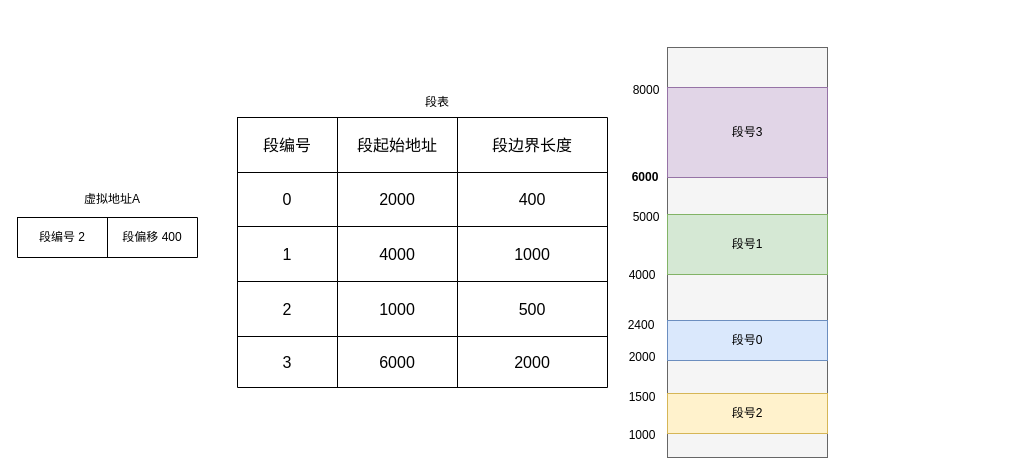
Earlier version of the draw.io diagram 内存分段.drawio (Netech-DevNote/itquestions_pictures). Source tidied: cells renumbered, new cells numbered last; positions are measured from the earlier drawing's top-left corner, leaving out a move shared by most shapes. Both pictures are drawn from the tidied source at 100%, with x=0, y=0 at pixel (17, 47).
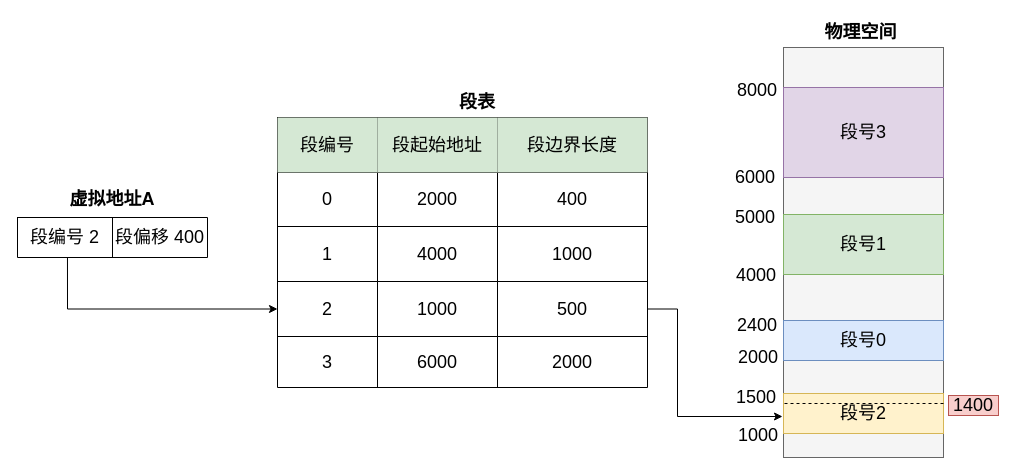
The same page after the edit.

Commit message (it also covers changes not shown here):
更新内存分段.drawio

Diff of the diagram source:
```diff
@@
-    <mxCell id="2" style="shape=table;startSize=0;childLayout=tableLayout;fontSize=16;" parent="1" vertex="1">
-      <mxGeometry x="220" y="70" width="370" height="270" as="geometry" />
+    <mxCell id="2" style="shape=table;startSize=0;childLayout=tableLayout;fontSize=18;" parent="1" vertex="1">
+      <mxGeometry x="260" y="70" width="370" height="270" as="geometry" />
     </mxCell>
-    <mxCell id="3" style="shape=tableRow;horizontal=0;startSize=0;swimlaneHead=0;swimlaneBody=0;strokeColor=inherit;top=0;left=0;bottom=0;right=0;fillColor=none;fontSize=16;" parent="2" vertex="1">
+    <mxCell id="3" style="shape=tableRow;horizontal=0;startSize=0;swimlaneHead=0;swimlaneBody=0;strokeColor=inherit;top=0;left=0;bottom=0;right=0;fillColor=none;fontSize=18;" parent="2" vertex="1">
       <mxGeometry width="370" height="55" as="geometry" />
     </mxCell>
-    <mxCell id="4" value="段编号" style="shape=partialRectangle;html=1;whiteSpace=wrap;strokeColor=inherit;overflow=hidden;fillColor=none;top=0;left=0;bottom=0;right=0;fontSize=16;" parent="3" vertex="1">
+    <mxCell id="4" value="段编号" style="shape=partialRectangle;html=1;whiteSpace=wrap;strokeColor=#82b366;overflow=hidden;fillColor=#d5e8d4;top=0;left=0;bottom=0;right=0;fontSize=18;" parent="3" vertex="1">
       <mxGeometry width="100" height="55" as="geometry" />
     </mxCell>
-    <mxCell id="5" value="段起始地址" style="shape=partialRectangle;html=1;whiteSpace=wrap;strokeColor=inherit;overflow=hidden;fillColor=none;top=0;left=0;bottom=0;right=0;fontSize=16;" parent="3" vertex="1">
+    <mxCell id="5" value="段起始地址" style="shape=partialRectangle;html=1;whiteSpace=wrap;strokeColor=#82b366;overflow=hidden;fillColor=#d5e8d4;top=0;left=0;bottom=0;right=0;fontSize=18;" parent="3" vertex="1">
       <mxGeometry x="100" width="120" height="55" as="geometry" />
     </mxCell>
-    <mxCell id="6" value="段边界长度" style="shape=partialRectangle;html=1;whiteSpace=wrap;strokeColor=inherit;overflow=hidden;fillColor=none;top=0;left=0;bottom=0;right=0;fontSize=16;" parent="3" vertex="1">
+    <mxCell id="6" value="段边界长度" style="shape=partialRectangle;html=1;whiteSpace=wrap;strokeColor=#82b366;overflow=hidden;fillColor=#d5e8d4;top=0;left=0;bottom=0;right=0;fontSize=18;" parent="3" vertex="1">
       <mxGeometry x="220" width="150" height="55" as="geometry" />
     </mxCell>
-    <mxCell id="7" style="shape=tableRow;horizontal=0;startSize=0;swimlaneHead=0;swimlaneBody=0;strokeColor=inherit;top=0;left=0;bottom=0;right=0;fillColor=none;fontSize=16;" parent="2" vertex="1">
+    <mxCell id="7" style="shape=tableRow;horizontal=0;startSize=0;swimlaneHead=0;swimlaneBody=0;strokeColor=inherit;top=0;left=0;bottom=0;right=0;fillColor=none;fontSize=18;" parent="2" vertex="1">
       <mxGeometry y="55" width="370" height="54" as="geometry" />
     </mxCell>
-    <mxCell id="8" value="0" style="shape=partialRectangle;html=1;whiteSpace=wrap;strokeColor=inherit;overflow=hidden;fillColor=none;top=0;left=0;bottom=0;right=0;fontSize=16;" parent="7" vertex="1">
+    <mxCell id="8" value="0" style="shape=partialRectangle;html=1;whiteSpace=wrap;strokeColor=inherit;overflow=hidden;fillColor=none;top=0;left=0;bottom=0;right=0;fontSize=18;" parent="7" vertex="1">
       <mxGeometry width="100" height="54" as="geometry" />
     </mxCell>
-    <mxCell id="9" value="2000" style="shape=partialRectangle;html=1;whiteSpace=wrap;strokeColor=inherit;overflow=hidden;fillColor=none;top=0;left=0;bottom=0;right=0;fontSize=16;" parent="7" vertex="1">
+    <mxCell id="9" value="2000" style="shape=partialRectangle;html=1;whiteSpace=wrap;strokeColor=inherit;overflow=hidden;fillColor=none;top=0;left=0;bottom=0;right=0;fontSize=18;" parent="7" vertex="1">
       <mxGeometry x="100" width="120" height="54" as="geometry" />
     </mxCell>
-    <mxCell id="10" value="400" style="shape=partialRectangle;html=1;whiteSpace=wrap;strokeColor=inherit;overflow=hidden;fillColor=none;top=0;left=0;bottom=0;right=0;fontSize=16;" parent="7" vertex="1">
+    <mxCell id="10" value="400" style="shape=partialRectangle;html=1;whiteSpace=wrap;strokeColor=inherit;overflow=hidden;fillColor=none;top=0;left=0;bottom=0;right=0;fontSize=18;" parent="7" vertex="1">
       <mxGeometry x="220" width="150" height="54" as="geometry" />
     </mxCell>
-    <mxCell id="11" style="shape=tableRow;horizontal=0;startSize=0;swimlaneHead=0;swimlaneBody=0;strokeColor=inherit;top=0;left=0;bottom=0;right=0;fillColor=none;fontSize=16;" parent="2" vertex="1">
+    <mxCell id="11" style="shape=tableRow;horizontal=0;startSize=0;swimlaneHead=0;swimlaneBody=0;strokeColor=inherit;top=0;left=0;bottom=0;right=0;fillColor=none;fontSize=18;" parent="2" vertex="1">
       <mxGeometry y="109" width="370" height="55" as="geometry" />
     </mxCell>
-    <mxCell id="12" value="1" style="shape=partialRectangle;html=1;whiteSpace=wrap;strokeColor=inherit;overflow=hidden;fillColor=none;top=0;left=0;bottom=0;right=0;fontSize=16;" parent="11" vertex="1">
+    <mxCell id="12" value="1" style="shape=partialRectangle;html=1;whiteSpace=wrap;strokeColor=inherit;overflow=hidden;fillColor=none;top=0;left=0;bottom=0;right=0;fontSize=18;" parent="11" vertex="1">
       <mxGeometry width="100" height="55" as="geometry" />
     </mxCell>
-    <mxCell id="13" value="4000" style="shape=partialRectangle;html=1;whiteSpace=wrap;strokeColor=inherit;overflow=hidden;fillColor=none;top=0;left=0;bottom=0;right=0;fontSize=16;" parent="11" vertex="1">
+    <mxCell id="13" value="4000" style="shape=partialRectangle;html=1;whiteSpace=wrap;strokeColor=inherit;overflow=hidden;fillColor=none;top=0;left=0;bottom=0;right=0;fontSize=18;" parent="11" vertex="1">
       <mxGeometry x="100" width="120" height="55" as="geometry" />
     </mxCell>
-    <mxCell id="14" value="1000" style="shape=partialRectangle;html=1;whiteSpace=wrap;strokeColor=inherit;overflow=hidden;fillColor=none;top=0;left=0;bottom=0;right=0;fontSize=16;" parent="11" vertex="1">
+    <mxCell id="14" value="1000" style="shape=partialRectangle;html=1;whiteSpace=wrap;strokeColor=inherit;overflow=hidden;fillColor=none;top=0;left=0;bottom=0;right=0;fontSize=18;" parent="11" vertex="1">
       <mxGeometry x="220" width="150" height="55" as="geometry" />
     </mxCell>
-    <mxCell id="15" style="shape=tableRow;horizontal=0;startSize=0;swimlaneHead=0;swimlaneBody=0;strokeColor=inherit;top=0;left=0;bottom=0;right=0;fillColor=none;points=[[0,0.5],[1,0.5]];portConstraint=eastwest;fontSize=16;" parent="2" vertex="1">
+    <mxCell id="15" style="shape=tableRow;horizontal=0;startSize=0;swimlaneHead=0;swimlaneBody=0;strokeColor=inherit;top=0;left=0;bottom=0;right=0;fillColor=none;points=[[0,0.5],[1,0.5]];portConstraint=eastwest;fontSize=18;" parent="2" vertex="1">
       <mxGeometry y="164" width="370" height="55" as="geometry" />
     </mxCell>
-    <mxCell id="16" value="2" style="shape=partialRectangle;html=1;whiteSpace=wrap;strokeColor=inherit;overflow=hidden;fillColor=none;top=0;left=0;bottom=0;right=0;fontSize=16;" parent="15" vertex="1">
+    <mxCell id="16" value="2" style="shape=partialRectangle;html=1;whiteSpace=wrap;strokeColor=inherit;overflow=hidden;fillColor=none;top=0;left=0;bottom=0;right=0;fontSize=18;" parent="15" vertex="1">
       <mxGeometry width="100" height="55" as="geometry" />
     </mxCell>
-    <mxCell id="17" value="1000" style="shape=partialRectangle;html=1;whiteSpace=wrap;strokeColor=inherit;overflow=hidden;fillColor=none;top=0;left=0;bottom=0;right=0;fontSize=16;" parent="15" vertex="1">
+    <mxCell id="17" value="1000" style="shape=partialRectangle;html=1;whiteSpace=wrap;strokeColor=inherit;overflow=hidden;fillColor=none;top=0;left=0;bottom=0;right=0;fontSize=18;" parent="15" vertex="1">
       <mxGeometry x="100" width="120" height="55" as="geometry" />
     </mxCell>
-    <mxCell id="18" value="500" style="shape=partialRectangle;html=1;whiteSpace=wrap;strokeColor=inherit;overflow=hidden;fillColor=none;top=0;left=0;bottom=0;right=0;fontSize=16;" parent="15" vertex="1">
+    <mxCell id="18" value="500" style="shape=partialRectangle;html=1;whiteSpace=wrap;strokeColor=inherit;overflow=hidden;fillColor=none;top=0;left=0;bottom=0;right=0;fontSize=18;" parent="15" vertex="1">
       <mxGeometry x="220" width="150" height="55" as="geometry" />
     </mxCell>
-    <mxCell id="19" style="shape=tableRow;horizontal=0;startSize=0;swimlaneHead=0;swimlaneBody=0;strokeColor=inherit;top=0;left=0;bottom=0;right=0;fillColor=none;fontSize=16;" parent="2" vertex="1">
+    <mxCell id="19" style="shape=tableRow;horizontal=0;startSize=0;swimlaneHead=0;swimlaneBody=0;strokeColor=inherit;top=0;left=0;bottom=0;right=0;fillColor=none;fontSize=18;" parent="2" vertex="1">
       <mxGeometry y="219" width="370" height="51" as="geometry" />
     </mxCell>
-    <mxCell id="20" value="3" style="shape=partialRectangle;html=1;whiteSpace=wrap;strokeColor=inherit;overflow=hidden;fillColor=none;top=0;left=0;bottom=0;right=0;fontSize=16;" parent="19" vertex="1">
+    <mxCell id="20" value="3" style="shape=partialRectangle;html=1;whiteSpace=wrap;strokeColor=inherit;overflow=hidden;fillColor=none;top=0;left=0;bottom=0;right=0;fontSize=18;" parent="19" vertex="1">
       <mxGeometry width="100" height="51" as="geometry" />
     </mxCell>
-    <mxCell id="21" value="6000" style="shape=partialRectangle;html=1;whiteSpace=wrap;strokeColor=inherit;overflow=hidden;fillColor=none;top=0;left=0;bottom=0;right=0;fontSize=16;" parent="19" vertex="1">
+    <mxCell id="21" value="6000" style="shape=partialRectangle;html=1;whiteSpace=wrap;strokeColor=inherit;overflow=hidden;fillColor=none;top=0;left=0;bottom=0;right=0;fontSize=18;" parent="19" vertex="1">
       <mxGeometry x="100" width="120" height="51" as="geometry" />
     </mxCell>
-    <mxCell id="22" value="2000" style="shape=partialRectangle;html=1;whiteSpace=wrap;strokeColor=inherit;overflow=hidden;fillColor=none;top=0;left=0;bottom=0;right=0;fontSize=16;" parent="19" vertex="1">
+    <mxCell id="22" value="2000" style="shape=partialRectangle;html=1;whiteSpace=wrap;strokeColor=inherit;overflow=hidden;fillColor=none;top=0;left=0;bottom=0;right=0;fontSize=18;" parent="19" vertex="1">
       <mxGeometry x="220" width="150" height="51" as="geometry" />
     </mxCell>
-    <mxCell id="23" style="shape=table;startSize=0;childLayout=tableLayout;" parent="1" vertex="1">
-      <mxGeometry y="170" width="180" height="40" as="geometry" />
+    <mxCell id="23" style="shape=table;startSize=0;childLayout=tableLayout;fontSize=18;" parent="1" vertex="1">
+      <mxGeometry y="170" width="190" height="40" as="geometry" />
     </mxCell>
-    <mxCell id="24" style="shape=tableRow;horizontal=0;startSize=0;swimlaneHead=0;swimlaneBody=0;strokeColor=inherit;top=0;left=0;bottom=0;right=0;fillColor=none;points=[[0,0.5],[1,0.5]];portConstraint=eastwest;" parent="23" vertex="1">
-      <mxGeometry width="180" height="40" as="geometry" />
+    <mxCell id="24" style="shape=tableRow;horizontal=0;startSize=0;swimlaneHead=0;swimlaneBody=0;strokeColor=inherit;top=0;left=0;bottom=0;right=0;fillColor=none;points=[[0,0.5],[1,0.5]];portConstraint=eastwest;fontSize=18;" parent="23" vertex="1">
+      <mxGeometry width="190" height="40" as="geometry" />
     </mxCell>
-    <mxCell id="25" value="段编号 2" style="shape=partialRectangle;html=1;whiteSpace=wrap;strokeColor=inherit;overflow=hidden;fillColor=none;top=0;left=0;bottom=0;right=0;" parent="24" vertex="1">
-      <mxGeometry width="90" height="40" as="geometry" />
+    <mxCell id="25" value="段编号 2" style="shape=partialRectangle;html=1;whiteSpace=wrap;strokeColor=inherit;overflow=hidden;fillColor=none;top=0;left=0;bottom=0;right=0;fontSize=18;" parent="24" vertex="1">
+      <mxGeometry width="95" height="40" as="geometry" />
     </mxCell>
-    <mxCell id="26" value="段偏移 400" style="shape=partialRectangle;html=1;whiteSpace=wrap;strokeColor=inherit;overflow=hidden;fillColor=none;top=0;left=0;bottom=0;right=0;" parent="24" vertex="1">
-      <mxGeometry x="90" width="90" height="40" as="geometry" />
+    <mxCell id="26" value="段偏移 400" style="shape=partialRectangle;html=1;whiteSpace=wrap;strokeColor=inherit;overflow=hidden;fillColor=none;top=0;left=0;bottom=0;right=0;fontSize=18;" parent="24" vertex="1">
+      <mxGeometry x="95" width="95" height="40" as="geometry" />
     </mxCell>
-    <mxCell id="27" value="虚拟地址A" style="text;html=1;strokeColor=none;fillColor=none;align=center;verticalAlign=middle;whiteSpace=wrap;rounded=0;" parent="1" vertex="1">
+    <mxCell id="27" value="虚拟地址A" style="text;html=1;strokeColor=none;fillColor=none;align=center;verticalAlign=middle;whiteSpace=wrap;rounded=0;fontSize=18;fontStyle=1;" parent="1" vertex="1">
       <mxGeometry x="30" y="137" width="130" height="30" as="geometry" />
     </mxCell>
-    <mxCell id="28" value="段表" style="text;html=1;strokeColor=none;fillColor=none;align=center;verticalAlign=middle;whiteSpace=wrap;rounded=0;" parent="1" vertex="1">
-      <mxGeometry x="390" y="40" width="60" height="30" as="geometry" />
+    <mxCell id="28" value="段表" style="text;html=1;strokeColor=none;fillColor=none;align=center;verticalAlign=middle;whiteSpace=wrap;rounded=0;fontSize=18;fontStyle=1;" parent="1" vertex="1">
+      <mxGeometry x="430" y="40" width="60" height="30" as="geometry" />
     </mxCell>
-    <mxCell id="29" style="rounded=0;whiteSpace=wrap;html=1;fillColor=#f5f5f5;fontColor=#333333;strokeColor=#666666;" parent="1" vertex="1">
-      <mxGeometry x="650" width="160" height="410" as="geometry" />
+    <mxCell id="29" style="rounded=0;whiteSpace=wrap;html=1;fillColor=#f5f5f5;fontColor=#333333;strokeColor=#666666;fontSize=18;" parent="1" vertex="1">
+      <mxGeometry x="766" width="160" height="410" as="geometry" />
     </mxCell>
-    <mxCell id="30" value="段号2" style="rounded=0;whiteSpace=wrap;html=1;fillColor=#fff2cc;strokeColor=#d6b656;" parent="1" vertex="1">
-      <mxGeometry x="650" y="346" width="160" height="40" as="geometry" />
+    <mxCell id="30" value="段号2" style="rounded=0;whiteSpace=wrap;html=1;fillColor=#fff2cc;strokeColor=#d6b656;fontSize=18;" parent="1" vertex="1">
+      <mxGeometry x="766" y="346" width="160" height="40" as="geometry" />
     </mxCell>
-    <mxCell id="31" value="1000" style="text;html=1;strokeColor=none;fillColor=none;align=center;verticalAlign=middle;whiteSpace=wrap;rounded=0;" parent="1" vertex="1">
-      <mxGeometry x="595" y="373" width="60" height="30" as="geometry" />
+    <mxCell id="31" value="1000" style="text;html=1;strokeColor=none;fillColor=none;align=center;verticalAlign=middle;whiteSpace=wrap;rounded=0;fontSize=18;" parent="1" vertex="1">
+      <mxGeometry x="711" y="373" width="60" height="30" as="geometry" />
     </mxCell>
-    <mxCell id="32" value="1500" style="text;html=1;strokeColor=none;fillColor=none;align=center;verticalAlign=middle;whiteSpace=wrap;rounded=0;" parent="1" vertex="1">
-      <mxGeometry x="595" y="335" width="60" height="30" as="geometry" />
+    <mxCell id="32" value="1500" style="text;html=1;strokeColor=none;fillColor=none;align=center;verticalAlign=middle;whiteSpace=wrap;rounded=0;fontSize=18;" parent="1" vertex="1">
+      <mxGeometry x="709" y="335" width="60" height="30" as="geometry" />
     </mxCell>
-    <mxCell id="33" value="段号0" style="rounded=0;whiteSpace=wrap;html=1;fillColor=#dae8fc;strokeColor=#6c8ebf;" parent="1" vertex="1">
-      <mxGeometry x="650" y="273" width="160" height="40" as="geometry" />
+    <mxCell id="33" value="段号0" style="rounded=0;whiteSpace=wrap;html=1;fillColor=#dae8fc;strokeColor=#6c8ebf;fontSize=18;" parent="1" vertex="1">
+      <mxGeometry x="766" y="273" width="160" height="40" as="geometry" />
     </mxCell>
-    <mxCell id="34" value="段号1" style="rounded=0;whiteSpace=wrap;html=1;fillColor=#d5e8d4;strokeColor=#82b366;" parent="1" vertex="1">
-      <mxGeometry x="650" y="167" width="160" height="60" as="geometry" />
+    <mxCell id="34" value="段号1" style="rounded=0;whiteSpace=wrap;html=1;fillColor=#d5e8d4;strokeColor=#82b366;fontSize=18;" parent="1" vertex="1">
+      <mxGeometry x="766" y="167" width="160" height="60" as="geometry" />
     </mxCell>
-    <mxCell id="35" value="段号3" style="rounded=0;whiteSpace=wrap;html=1;fillColor=#e1d5e7;strokeColor=#9673a6;" parent="1" vertex="1">
-      <mxGeometry x="650" y="40" width="160" height="90" as="geometry" />
+    <mxCell id="35" value="段号3" style="rounded=0;whiteSpace=wrap;html=1;fillColor=#e1d5e7;strokeColor=#9673a6;fontSize=18;" parent="1" vertex="1">
+      <mxGeometry x="766" y="40" width="160" height="90" as="geometry" />
     </mxCell>
-    <mxCell id="36" value="2000" style="text;html=1;strokeColor=none;fillColor=none;align=center;verticalAlign=middle;whiteSpace=wrap;rounded=0;" parent="1" vertex="1">
-      <mxGeometry x="595" y="295" width="60" height="30" as="geometry" />
+    <mxCell id="36" value="2000" style="text;html=1;strokeColor=none;fillColor=none;align=center;verticalAlign=middle;whiteSpace=wrap;rounded=0;fontSize=18;" parent="1" vertex="1">
+      <mxGeometry x="711" y="295" width="60" height="30" as="geometry" />
     </mxCell>
-    <mxCell id="37" value="2400" style="text;html=1;strokeColor=none;fillColor=none;align=center;verticalAlign=middle;whiteSpace=wrap;rounded=0;" parent="1" vertex="1">
-      <mxGeometry x="594" y="263" width="60" height="30" as="geometry" />
+    <mxCell id="37" value="2400" style="text;html=1;strokeColor=none;fillColor=none;align=center;verticalAlign=middle;whiteSpace=wrap;rounded=0;fontSize=18;" parent="1" vertex="1">
+      <mxGeometry x="710" y="263" width="60" height="30" as="geometry" />
     </mxCell>
-    <mxCell id="38" value="4000" style="text;html=1;strokeColor=none;fillColor=none;align=center;verticalAlign=middle;whiteSpace=wrap;rounded=0;" parent="1" vertex="1">
-      <mxGeometry x="595" y="213" width="60" height="30" as="geometry" />
+    <mxCell id="38" value="4000" style="text;html=1;strokeColor=none;fillColor=none;align=center;verticalAlign=middle;whiteSpace=wrap;rounded=0;fontSize=18;" parent="1" vertex="1">
+      <mxGeometry x="709" y="213" width="60" height="30" as="geometry" />
     </mxCell>
-    <mxCell id="39" value="5000" style="text;html=1;strokeColor=none;fillColor=none;align=center;verticalAlign=middle;whiteSpace=wrap;rounded=0;" parent="1" vertex="1">
-      <mxGeometry x="599" y="155" width="60" height="30" as="geometry" />
+    <mxCell id="39" value="5000" style="text;html=1;strokeColor=none;fillColor=none;align=center;verticalAlign=middle;whiteSpace=wrap;rounded=0;fontSize=18;" parent="1" vertex="1">
+      <mxGeometry x="708" y="155" width="60" height="30" as="geometry" />
     </mxCell>
-    <mxCell id="40" value="6000" style="text;html=1;strokeColor=none;fillColor=none;align=center;verticalAlign=middle;whiteSpace=wrap;rounded=0;fontStyle=1;" parent="1" vertex="1">
-      <mxGeometry x="598" y="115" width="60" height="30" as="geometry" />
+    <mxCell id="40" value="6000" style="text;html=1;strokeColor=none;fillColor=none;align=center;verticalAlign=middle;whiteSpace=wrap;rounded=0;fontStyle=0;fontSize=18;" parent="1" vertex="1">
+      <mxGeometry x="708" y="115" width="60" height="30" as="geometry" />
     </mxCell>
-    <mxCell id="41" value="8000" style="text;html=1;strokeColor=none;fillColor=none;align=center;verticalAlign=middle;whiteSpace=wrap;rounded=0;" parent="1" vertex="1">
-      <mxGeometry x="599" y="28" width="60" height="30" as="geometry" />
+    <mxCell id="41" value="8000" style="text;html=1;strokeColor=none;fillColor=none;align=center;verticalAlign=middle;whiteSpace=wrap;rounded=0;fontSize=18;" parent="1" vertex="1">
+      <mxGeometry x="710" y="28" width="60" height="30" as="geometry" />
     </mxCell>
+    <mxCell id="42" style="endArrow=classic;html=1;rounded=0;edgeStyle=orthogonalEdgeStyle;entryX=0;entryY=0.5;entryDx=0;entryDy=0;exitX=0.263;exitY=1;exitDx=0;exitDy=0;exitPerimeter=0;" parent="1" edge="1" source="24" target="15">
+      <mxGeometry relative="1" as="geometry" />
+    </mxCell>
+    <mxCell id="43" style="endArrow=classic;html=1;rounded=0;exitX=1;exitY=0.5;exitDx=0;exitDy=0;edgeStyle=orthogonalEdgeStyle;entryX=0.9;entryY=-0.133;entryDx=0;entryDy=0;entryPerimeter=0;" parent="1" edge="1" source="15" target="31">
+      <mxGeometry relative="1" as="geometry">
+        <Array as="points">
+          <mxPoint x="660" y="262" />
+          <mxPoint x="660" y="369" />
+        </Array>
+      </mxGeometry>
+    </mxCell>
+    <mxCell id="44" style="endArrow=none;html=1;rounded=0;entryX=1;entryY=0.25;entryDx=0;entryDy=0;dashed=1;" parent="1" edge="1" target="30">
+      <mxGeometry relative="1" as="geometry">
+        <mxPoint x="767" y="356" as="sourcePoint" />
+      </mxGeometry>
+    </mxCell>
+    <mxCell id="45" value="1400" style="text;html=1;strokeColor=#b85450;fillColor=#f8cecc;align=center;verticalAlign=middle;whiteSpace=wrap;rounded=0;fontSize=18;" parent="1" vertex="1">
+      <mxGeometry x="931" y="348" width="50" height="20" as="geometry" />
+    </mxCell>
+    <mxCell id="46" value="物理空间" style="text;html=1;strokeColor=none;fillColor=none;align=center;verticalAlign=middle;whiteSpace=wrap;rounded=0;fontSize=18;fontStyle=1;" parent="1" vertex="1">
+      <mxGeometry x="797" y="-30" width="93" height="30" as="geometry" />
+    </mxCell>
```
